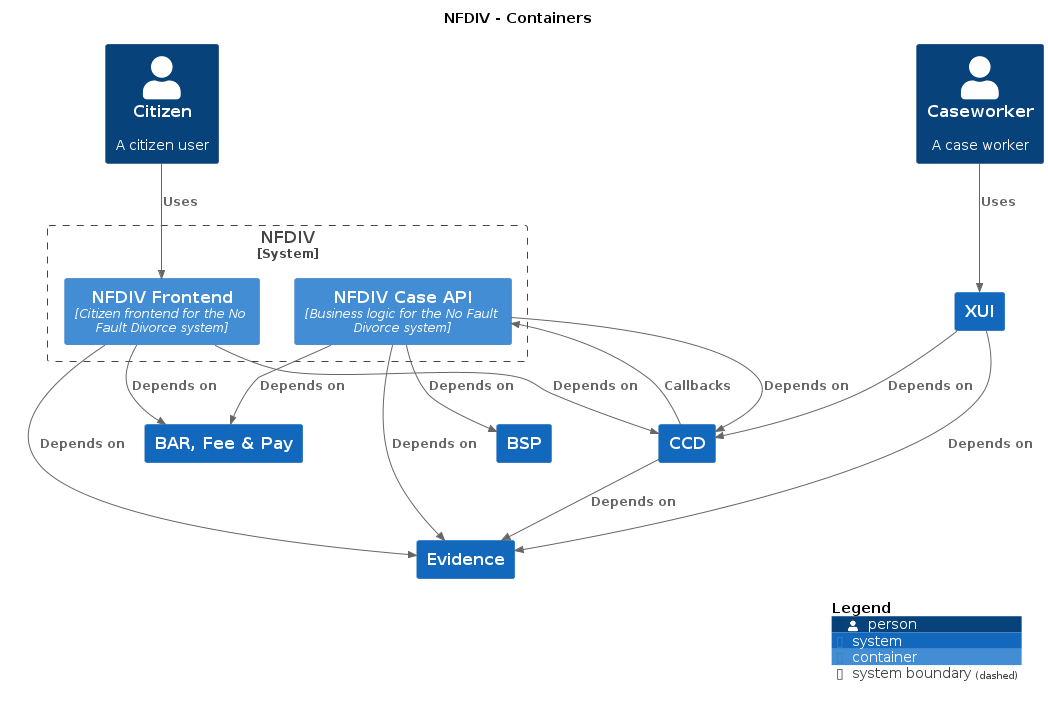
hmcts/cnp-api-docs keeps this PlantUML diagram as docs/c4/nfdiv/images/structurizr-nfdiv-overview.png. Above is the earlier version.
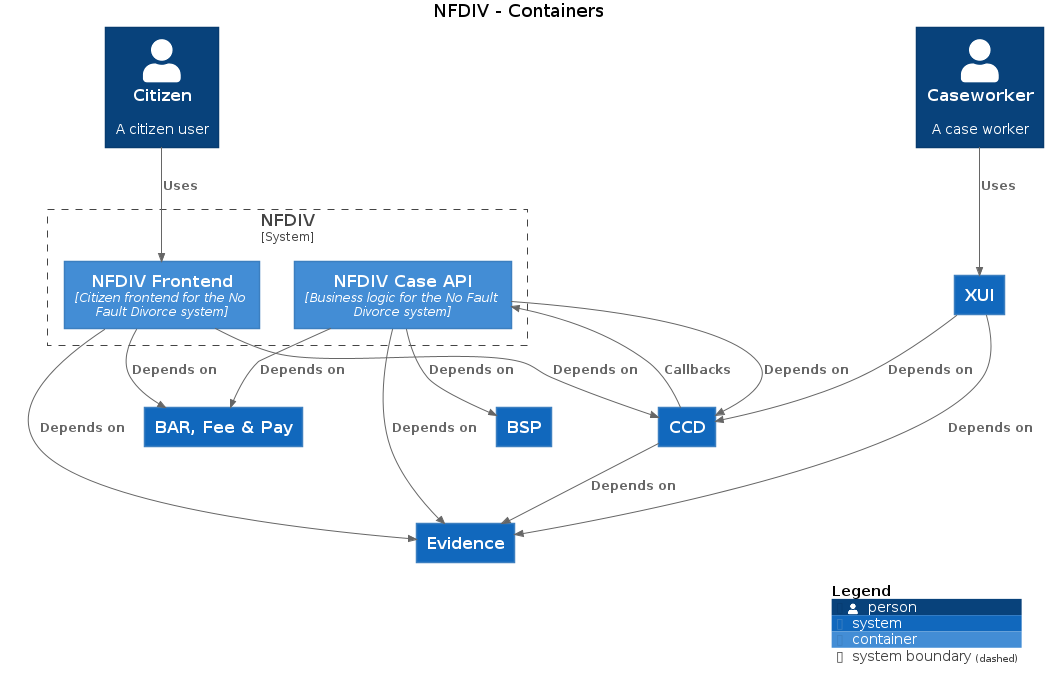
Above is the later version.

What changed in the source:
```diff
@@ -3,36 +3,36 @@
 
 top to bottom direction
 
-!include https://raw.githubusercontent.com/plantuml-stdlib/C4-PlantUML/master/C4.puml
-!include https://raw.githubusercontent.com/plantuml-stdlib/C4-PlantUML/master/C4_Context.puml
-!include https://raw.githubusercontent.com/plantuml-stdlib/C4-PlantUML/master/C4_Container.puml
+!includeurl https://raw.githubusercontent.com/plantuml-stdlib/C4-PlantUML/master/C4.puml
+!includeurl https://raw.githubusercontent.com/plantuml-stdlib/C4-PlantUML/master/C4_Context.puml
+!includeurl https://raw.githubusercontent.com/plantuml-stdlib/C4-PlantUML/master/C4_Container.puml
 
-System(XUI, "XUI", "", $tags="")
-Person(Citizen, "Citizen", "A citizen user", $tags="")
-Person(Caseworker, "Caseworker", "A case worker", $tags="")
-System(CCD, "CCD", "", $tags="")
-System(BARFeePay, "BAR, Fee & Pay", "", $tags="")
-System(BSP, "BSP", "", $tags="")
-System(Evidence, "Evidence", "", $tags="")
+System(XUI, "XUI", "")
+Person(Citizen, "Citizen", "A citizen user")
+Person(Caseworker, "Caseworker", "A case worker")
+System(CCD, "CCD", "")
+System(BARFeePay, "BAR, Fee & Pay", "")
+System(BSP, "BSP", "")
+System(Evidence, "Evidence", "")
 
 System_Boundary("NFDIV_boundary", "NFDIV") {
-  Container(NFDIV.NFDIVFrontend, "NFDIV Frontend", "Citizen frontend for the No Fault Divorce system", $tags="")
-  Container(NFDIV.NFDIVCaseAPI, "NFDIV Case API", "Business logic for the No Fault Divorce system", $tags="")
+  Container(NFDIV.NFDIVFrontend, "NFDIV Frontend", "Citizen frontend for the No Fault Divorce system")
+  Container(NFDIV.NFDIVCaseAPI, "NFDIV Case API", "Business logic for the No Fault Divorce system")
 }
 
-Rel_D(CCD, Evidence, "Depends on", $tags="")
-Rel_D(XUI, Evidence, "Depends on", $tags="")
-Rel_D(XUI, CCD, "Depends on", $tags="")
-Rel_D(NFDIV.NFDIVFrontend, CCD, "Depends on", $tags="")
-Rel_D(NFDIV.NFDIVFrontend, BARFeePay, "Depends on", $tags="")
-Rel_D(NFDIV.NFDIVFrontend, Evidence, "Depends on", $tags="")
-Rel_D(NFDIV.NFDIVCaseAPI, CCD, "Depends on", $tags="")
-Rel_D(NFDIV.NFDIVCaseAPI, BARFeePay, "Depends on", $tags="")
-Rel_D(NFDIV.NFDIVCaseAPI, Evidence, "Depends on", $tags="")
-Rel_D(NFDIV.NFDIVCaseAPI, BSP, "Depends on", $tags="")
-Rel_D(Caseworker, XUI, "Uses", $tags="")
-Rel_D(Citizen, NFDIV.NFDIVFrontend, "Uses", $tags="")
-Rel_D(CCD, NFDIV.NFDIVCaseAPI, "Callbacks", $tags="")
+Rel_D(CCD, Evidence, "Depends on")
+Rel_D(XUI, Evidence, "Depends on")
+Rel_D(XUI, CCD, "Depends on")
+Rel_D(NFDIV.NFDIVFrontend, CCD, "Depends on")
+Rel_D(NFDIV.NFDIVFrontend, BARFeePay, "Depends on")
+Rel_D(NFDIV.NFDIVFrontend, Evidence, "Depends on")
+Rel_D(NFDIV.NFDIVCaseAPI, CCD, "Depends on")
+Rel_D(NFDIV.NFDIVCaseAPI, BARFeePay, "Depends on")
+Rel_D(NFDIV.NFDIVCaseAPI, Evidence, "Depends on")
+Rel_D(NFDIV.NFDIVCaseAPI, BSP, "Depends on")
+Rel_D(Caseworker, XUI, "Uses")
+Rel_D(Citizen, NFDIV.NFDIVFrontend, "Uses")
+Rel_D(CCD, NFDIV.NFDIVCaseAPI, "Callbacks")
 
 SHOW_DYNAMIC_LEGEND()
 @enduml
```
